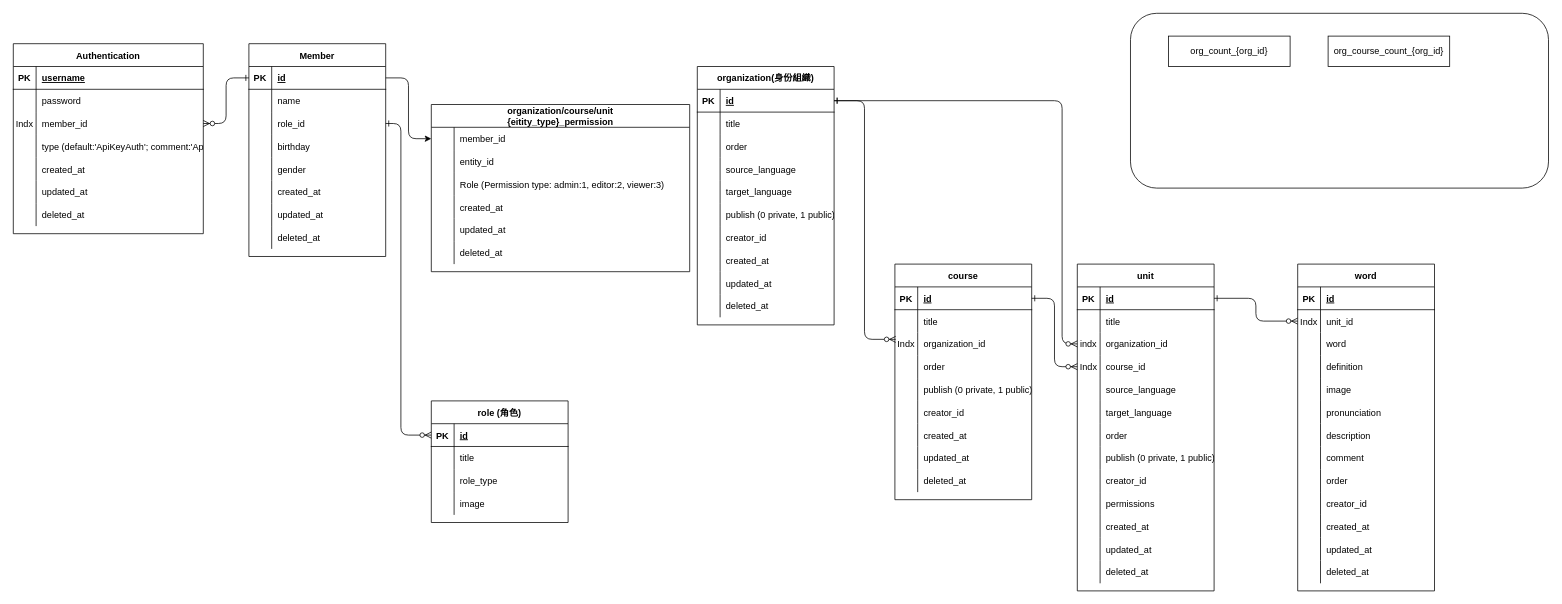
Before: ERD.drawio in adon988/go_api_example, a draw.io diagram. Source tidied: cells renumbered, new cells numbered last; positions are measured from the earlier drawing's top-left corner, leaving out a move shared by most shapes. Both pictures are drawn from the tidied source at 76%, with x=0, y=0 at pixel (13, 13).
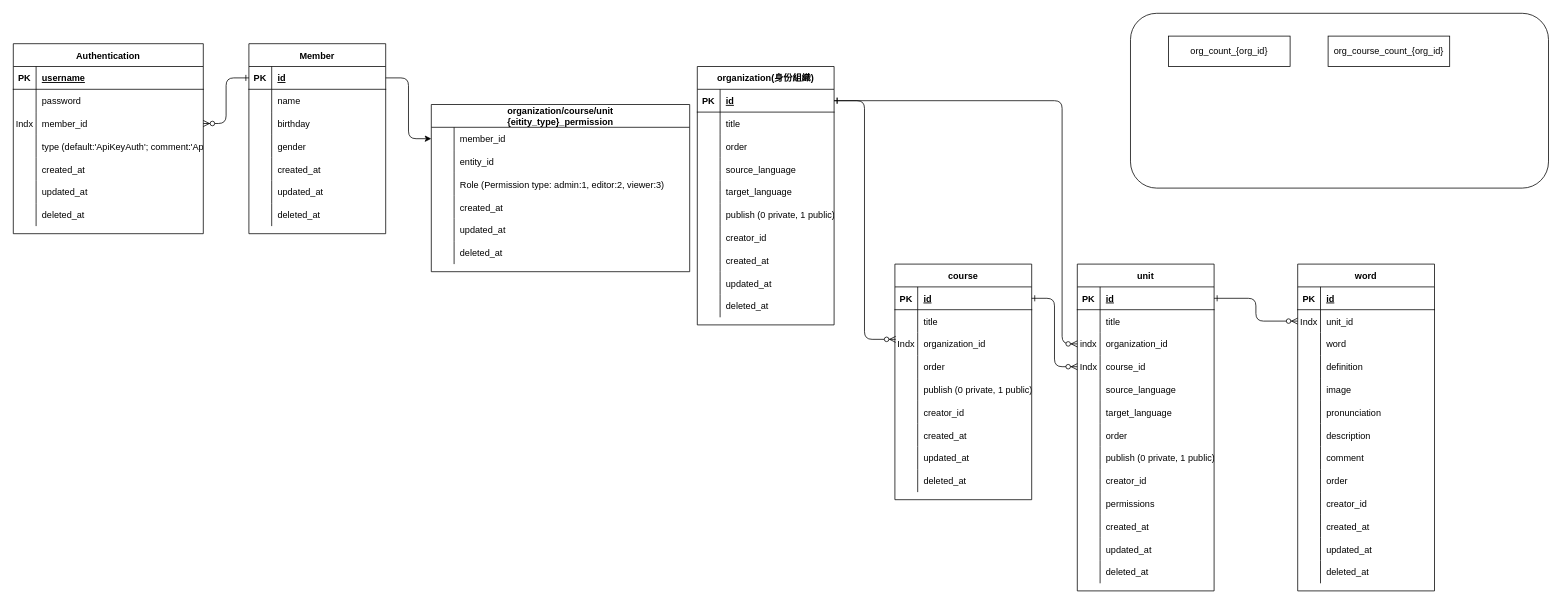
Above is the later version.

Diff of the diagram source:
```diff
@@
     <mxCell id="26" value="Member" style="shape=table;startSize=30;childLayout=tableLayout;rowLines=0;fontStyle=1;align=center;" parent="1" vertex="1">
-      <mxGeometry x="310" y="40" width="180" height="280" as="geometry" />
+      <mxGeometry x="310" y="40" width="180" height="250" as="geometry" />
     </mxCell>
@@
-    <mxCell id="33" style="shape=partialRectangle;fillColor=none;top=0;left=0;bottom=0;right=0;points=[[0,0.5],[1,0.5]];portConstraint=eastwest;" parent="26" vertex="1">
-      <mxGeometry y="90" width="180" height="30" as="geometry" />
-    </mxCell>
-    <mxCell id="34" style="shape=partialRectangle;fillColor=none;top=0;left=0;bottom=0;right=0;overflow=hidden;" parent="33" vertex="1">
-      <mxGeometry width="30" height="30" as="geometry" />
-    </mxCell>
-    <mxCell id="35" value="role_id" style="shape=partialRectangle;fillColor=none;top=0;left=0;bottom=0;right=0;align=left;spacingLeft=6;overflow=hidden;" parent="33" vertex="1">
-      <mxGeometry x="30" width="150" height="30" as="geometry" />
-    </mxCell>
     <mxCell id="36" style="shape=partialRectangle;fillColor=none;top=0;left=0;bottom=0;right=0;" parent="26" vertex="1">
-      <mxGeometry y="120" width="180" height="30" as="geometry" />
+      <mxGeometry y="90" width="180" height="30" as="geometry" />
     </mxCell>
@@
     <mxCell id="39" style="shape=partialRectangle;fillColor=none;top=0;left=0;bottom=0;right=0;" parent="26" vertex="1">
-      <mxGeometry y="150" width="180" height="30" as="geometry" />
+      <mxGeometry y="120" width="180" height="30" as="geometry" />
     </mxCell>
@@
     <mxCell id="42" style="shape=partialRectangle;fillColor=none;top=0;left=0;bottom=0;right=0;" parent="26" vertex="1">
-      <mxGeometry y="180" width="180" height="30" as="geometry" />
+      <mxGeometry y="150" width="180" height="30" as="geometry" />
     </mxCell>
@@
     <mxCell id="45" style="shape=partialRectangle;fillColor=none;top=0;left=0;bottom=0;right=0;" parent="26" vertex="1">
-      <mxGeometry y="210" width="180" height="30" as="geometry" />
+      <mxGeometry y="180" width="180" height="30" as="geometry" />
     </mxCell>
@@
     <mxCell id="48" style="shape=partialRectangle;fillColor=none;top=0;left=0;bottom=0;right=0;" parent="26" vertex="1">
-      <mxGeometry y="240" width="180" height="30" as="geometry" />
+      <mxGeometry y="210" width="180" height="30" as="geometry" />
     </mxCell>
@@
-    <mxCell id="193" value="role (角色)" style="shape=table;startSize=30;childLayout=tableLayout;rowLines=0;fontStyle=1;align=center;" parent="1" vertex="1">
-      <mxGeometry x="550" y="510" width="180" height="160" as="geometry" />
-    </mxCell>
-    <mxCell id="194" style="shape=partialRectangle;fillColor=none;top=0;left=0;bottom=1;right=0;points=[[0,0.5],[1,0.5]];portConstraint=eastwest;" parent="193" vertex="1">
-      <mxGeometry y="30" width="180" height="30" as="geometry" />
-    </mxCell>
-    <mxCell id="195" value="PK" style="shape=partialRectangle;fillColor=none;top=0;left=0;bottom=0;right=0;fontStyle=1;overflow=hidden;" parent="194" vertex="1">
-      <mxGeometry width="30" height="30" as="geometry" />
-    </mxCell>
-    <mxCell id="196" value="id" style="shape=partialRectangle;fillColor=none;top=0;left=0;bottom=0;right=0;align=left;spacingLeft=6;fontStyle=5;overflow=hidden;" parent="194" vertex="1">
-      <mxGeometry x="30" width="150" height="30" as="geometry" />
-    </mxCell>
-    <mxCell id="197" style="shape=partialRectangle;fillColor=none;top=0;left=0;bottom=0;right=0;" parent="193" vertex="1">
-      <mxGeometry y="60" width="180" height="30" as="geometry" />
-    </mxCell>
-    <mxCell id="198" style="shape=partialRectangle;fillColor=none;top=0;left=0;bottom=0;right=0;overflow=hidden;" parent="197" vertex="1">
-      <mxGeometry width="30" height="30" as="geometry" />
-    </mxCell>
-    <mxCell id="199" value="title" style="shape=partialRectangle;fillColor=none;top=0;left=0;bottom=0;right=0;align=left;spacingLeft=6;overflow=hidden;" parent="197" vertex="1">
-      <mxGeometry x="30" width="150" height="30" as="geometry" />
-    </mxCell>
-    <mxCell id="200" style="shape=partialRectangle;fillColor=none;top=0;left=0;bottom=0;right=0;" parent="193" vertex="1">
-      <mxGeometry y="90" width="180" height="30" as="geometry" />
-    </mxCell>
-    <mxCell id="201" style="shape=partialRectangle;fillColor=none;top=0;left=0;bottom=0;right=0;overflow=hidden;" parent="200" vertex="1">
-      <mxGeometry width="30" height="30" as="geometry" />
-    </mxCell>
-    <mxCell id="202" value="role_type" style="shape=partialRectangle;fillColor=none;top=0;left=0;bottom=0;right=0;align=left;spacingLeft=6;overflow=hidden;" parent="200" vertex="1">
-      <mxGeometry x="30" width="150" height="30" as="geometry" />
-    </mxCell>
-    <mxCell id="203" style="shape=partialRectangle;fillColor=none;top=0;left=0;bottom=0;right=0;" parent="193" vertex="1">
-      <mxGeometry y="120" width="180" height="30" as="geometry" />
-    </mxCell>
-    <mxCell id="204" style="shape=partialRectangle;fillColor=none;top=0;left=0;bottom=0;right=0;overflow=hidden;" parent="203" vertex="1">
-      <mxGeometry width="30" height="30" as="geometry" />
-    </mxCell>
-    <mxCell id="205" value="image" style="shape=partialRectangle;fillColor=none;top=0;left=0;bottom=0;right=0;align=left;spacingLeft=6;overflow=hidden;" parent="203" vertex="1">
-      <mxGeometry x="30" width="150" height="30" as="geometry" />
-    </mxCell>
-    <mxCell id="206" style="edgeStyle=orthogonalEdgeStyle;rounded=1;jettySize=auto;html=1;exitX=1;exitY=0.5;exitDx=0;exitDy=0;entryX=0;entryY=0.5;entryDx=0;entryDy=0;startArrow=ERone;startFill=0;endArrow=ERzeroToMany;endFill=1;" parent="1" edge="1" source="33" target="194">
-      <mxGeometry relative="1" as="geometry">
-        <Array as="points">
-          <mxPoint x="510" y="145" />
-          <mxPoint x="510" y="555" />
-        </Array>
-      </mxGeometry>
-    </mxCell>
```
